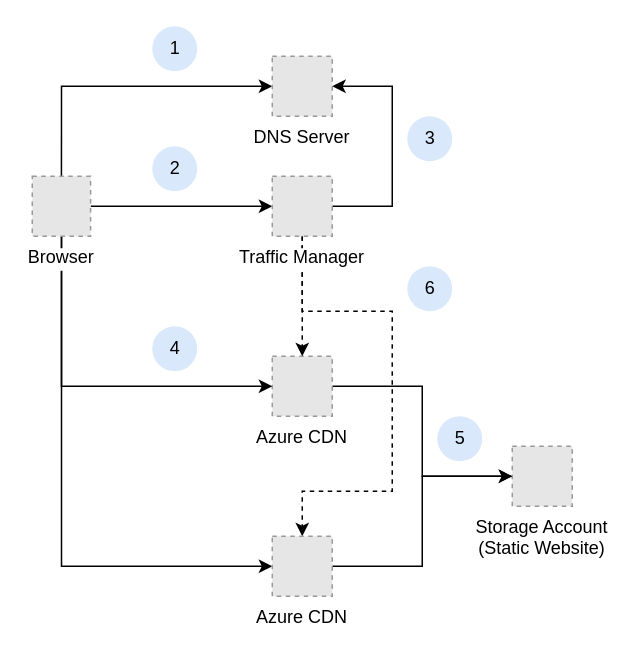
vaporfizz/website keeps this draw.io diagram as page "Alternative Solution" (2 of 2) of doc/infrastructure.drawio. Above is the earlier version. Source tidied: cells renumbered, new cells numbered last; positions are measured from the earlier drawing's top-left corner, leaving out a move shared by most shapes. Both pictures are drawn from the tidied source at 150%, with x=0, y=0 at pixel (32, 26). Pictures stored in the file or linked from it are replaced by grey dashed boxes.
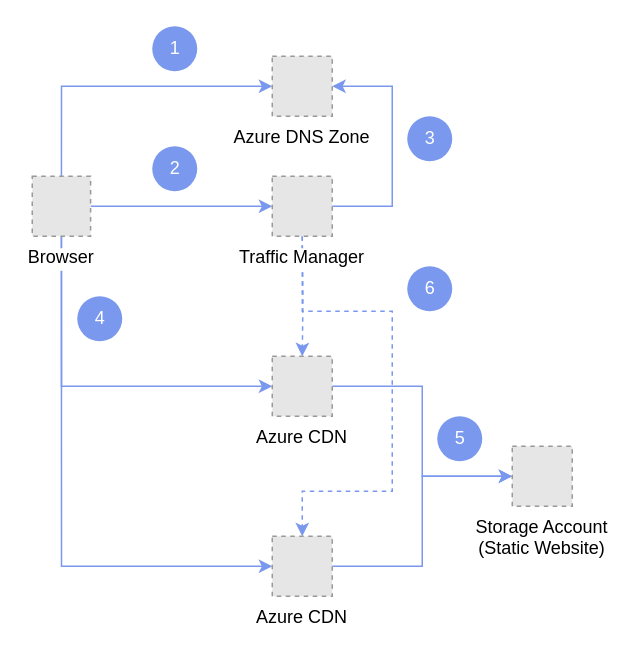
The same diagram, later.

The edit, as a diff of the source:
```diff
@@
-    <mxCell id="2" value="Storage Account&#10;(Static Website)" style="fillColor=#E6E6E6;strokeColor=#999999;dashed=1;verticalLabelPosition=bottom;labelBackgroundColor=default;verticalAlign=top;fontColor=#000000;" parent="1" vertex="1">
-      <mxGeometry x="320" y="280" width="40" height="40" as="geometry" />
-    </mxCell>
-    <mxCell id="3" style="edgeStyle=orthogonalEdgeStyle;rounded=0;jettySize=auto;html=1;entryX=0;entryY=0.5;entryDx=0;entryDy=0;strokeColor=#000000;fontColor=#000000;" parent="1" edge="1" source="4" target="2">
+    <mxCell id="3" style="edgeStyle=orthogonalEdgeStyle;rounded=0;jettySize=auto;html=1;entryX=0;entryY=0.5;entryDx=0;entryDy=0;strokeColor=#7998EE;fontColor=#000000;exitX=1;exitY=0.5;exitDx=0;exitDy=0;" parent="1" edge="1" source="24" target="2">
       <mxGeometry relative="1" as="geometry" />
     </mxCell>
-    <mxCell id="4" value="Azure CDN" style="fillColor=#E6E6E6;strokeColor=#999999;dashed=1;verticalLabelPosition=bottom;labelBackgroundColor=default;verticalAlign=top;fontColor=#000000;" parent="1" vertex="1">
-      <mxGeometry x="160" y="220" width="40" height="40" as="geometry" />
-    </mxCell>
-    <mxCell id="5" style="edgeStyle=orthogonalEdgeStyle;rounded=0;jettySize=auto;html=1;entryX=0;entryY=0.5;entryDx=0;entryDy=0;strokeColor=#000000;fontColor=#000000;exitX=0.5;exitY=0;exitDx=0;exitDy=0;" parent="1" edge="1" source="9" target="10">
+    <mxCell id="5" style="edgeStyle=orthogonalEdgeStyle;rounded=0;jettySize=auto;html=1;strokeColor=#7998EE;fontColor=#000000;exitX=0.5;exitY=0;exitDx=0;exitDy=0;entryX=0;entryY=0.5;entryDx=0;entryDy=0;" parent="1" edge="1" source="9" target="23">
       <mxGeometry relative="1" as="geometry" />
     </mxCell>
-    <mxCell id="6" style="edgeStyle=orthogonalEdgeStyle;rounded=0;jettySize=auto;html=1;entryX=0;entryY=0.5;entryDx=0;entryDy=0;strokeColor=#000000;fontColor=#000000;" parent="1" edge="1" source="9" target="14">
+    <mxCell id="6" style="edgeStyle=orthogonalEdgeStyle;rounded=0;jettySize=auto;html=1;entryX=0;entryY=0.5;entryDx=0;entryDy=0;strokeColor=#7998EE;fontColor=#000000;exitX=1;exitY=0.5;exitDx=0;exitDy=0;" parent="1" edge="1" source="9" target="14">
       <mxGeometry relative="1" as="geometry" />
     </mxCell>
-    <mxCell id="7" style="edgeStyle=orthogonalEdgeStyle;rounded=0;jettySize=auto;html=1;entryX=0;entryY=0.5;entryDx=0;entryDy=0;strokeColor=#000000;fontColor=#000000;" parent="1" edge="1" source="9" target="4">
+    <mxCell id="7" style="edgeStyle=orthogonalEdgeStyle;rounded=0;jettySize=auto;html=1;entryX=0;entryY=0.5;entryDx=0;entryDy=0;strokeColor=#7998EE;fontColor=#000000;exitX=0.5;exitY=1;exitDx=0;exitDy=0;" parent="1" edge="1" source="9" target="24">
       <mxGeometry relative="1" as="geometry">
         <Array as="points">
           <mxPoint x="19" y="240" />
         </Array>
       </mxGeometry>
     </mxCell>
-    <mxCell id="8" style="edgeStyle=orthogonalEdgeStyle;rounded=0;jettySize=auto;html=1;entryX=0;entryY=0.5;entryDx=0;entryDy=0;strokeColor=#000000;fontColor=#000000;" parent="1" edge="1" source="9" target="16">
+    <mxCell id="8" style="edgeStyle=orthogonalEdgeStyle;rounded=0;jettySize=auto;html=1;entryX=0;entryY=0.5;entryDx=0;entryDy=0;strokeColor=#7998EE;fontColor=#000000;exitX=0.5;exitY=1;exitDx=0;exitDy=0;" parent="1" edge="1" source="9" target="25">
       <mxGeometry relative="1" as="geometry">
         <Array as="points">
           <mxPoint x="19" y="360" />
         </Array>
       </mxGeometry>
     </mxCell>
-    <mxCell id="9" value="Browser" style="fillColor=#E6E6E6;strokeColor=#999999;dashed=1;verticalLabelPosition=bottom;labelBackgroundColor=default;verticalAlign=top;fontColor=#000000;" parent="1" vertex="1">
-      <mxGeometry y="100" width="38.9" height="40" as="geometry" />
-    </mxCell>
-    <mxCell id="10" value="DNS Server" style="fillColor=#E6E6E6;strokeColor=#999999;dashed=1;verticalLabelPosition=bottom;labelBackgroundColor=default;verticalAlign=top;fontColor=#000000;" parent="1" vertex="1">
-      <mxGeometry x="160" y="20" width="40" height="40" as="geometry" />
-    </mxCell>
-    <mxCell id="11" style="edgeStyle=orthogonalEdgeStyle;rounded=0;jettySize=auto;html=1;strokeColor=#000000;fontColor=#000000;exitX=0.5;exitY=1;exitDx=0;exitDy=0;dashed=1;" parent="1" edge="1" source="14" target="4">
+    <mxCell id="11" style="edgeStyle=orthogonalEdgeStyle;rounded=0;jettySize=auto;html=1;strokeColor=#7998EE;fontColor=#000000;exitX=0.5;exitY=1;exitDx=0;exitDy=0;dashed=1;entryX=0.5;entryY=0;entryDx=0;entryDy=0;" parent="1" edge="1" target="24">
       <mxGeometry relative="1" as="geometry">
-        <Array as="points">
-          <mxPoint x="180" y="190" />
-          <mxPoint x="180" y="190" />
-        </Array>
+        <mxPoint x="180" y="140" as="sourcePoint" />
       </mxGeometry>
     </mxCell>
-    <mxCell id="12" style="edgeStyle=orthogonalEdgeStyle;rounded=0;jettySize=auto;html=1;entryX=0.5;entryY=0;entryDx=0;entryDy=0;strokeColor=#000000;fontColor=#000000;dashed=1;exitX=0.5;exitY=1;exitDx=0;exitDy=0;" parent="1" edge="1" source="14" target="16">
+    <mxCell id="12" style="edgeStyle=orthogonalEdgeStyle;rounded=0;jettySize=auto;html=1;entryX=0.5;entryY=0;entryDx=0;entryDy=0;strokeColor=#7998EE;fontColor=#000000;dashed=1;exitX=0.5;exitY=1;exitDx=0;exitDy=0;" parent="1" edge="1" source="14" target="25">
       <mxGeometry relative="1" as="geometry">
         <Array as="points">
           <mxPoint x="180" y="190" />
           <mxPoint x="240" y="190" />
           <mxPoint x="240" y="310" />
           <mxPoint x="180" y="310" />
         </Array>
       </mxGeometry>
     </mxCell>
-    <mxCell id="13" style="edgeStyle=orthogonalEdgeStyle;rounded=0;jettySize=auto;html=1;entryX=1;entryY=0.5;entryDx=0;entryDy=0;strokeColor=#000000;fontColor=#000000;exitX=1;exitY=0.5;exitDx=0;exitDy=0;" parent="1" edge="1" source="14" target="10">
+    <mxCell id="13" style="edgeStyle=orthogonalEdgeStyle;rounded=0;jettySize=auto;html=1;entryX=1;entryY=0.5;entryDx=0;entryDy=0;strokeColor=#7998EE;fontColor=#000000;exitX=1;exitY=0.5;exitDx=0;exitDy=0;" parent="1" edge="1" source="14" target="23">
       <mxGeometry relative="1" as="geometry">
         <Array as="points">
           <mxPoint x="240" y="120" />
           <mxPoint x="240" y="40" />
         </Array>
       </mxGeometry>
     </mxCell>
-    <mxCell id="14" value="Traffic Manager" style="fillColor=#E6E6E6;strokeColor=#999999;dashed=1;verticalLabelPosition=bottom;labelBackgroundColor=default;verticalAlign=top;" parent="1" vertex="1">
-      <mxGeometry x="160" y="100" width="40" height="40" as="geometry" />
-    </mxCell>
-    <mxCell id="15" style="edgeStyle=orthogonalEdgeStyle;rounded=0;jettySize=auto;html=1;entryX=0;entryY=0.5;entryDx=0;entryDy=0;strokeColor=#000000;fontColor=#000000;" parent="1" edge="1" source="16" target="2">
+    <mxCell id="15" style="edgeStyle=orthogonalEdgeStyle;rounded=0;jettySize=auto;html=1;entryX=0;entryY=0.5;entryDx=0;entryDy=0;strokeColor=#7998EE;fontColor=#000000;exitX=1;exitY=0.5;exitDx=0;exitDy=0;" parent="1" edge="1" source="25" target="2">
       <mxGeometry relative="1" as="geometry" />
     </mxCell>
-    <mxCell id="16" value="Azure CDN" style="fillColor=#E6E6E6;strokeColor=#999999;dashed=1;verticalLabelPosition=bottom;labelBackgroundColor=default;verticalAlign=top;fontColor=#000000;" parent="1" vertex="1">
-      <mxGeometry x="160" y="340" width="40" height="40" as="geometry" />
-    </mxCell>
-    <mxCell id="17" value="1" style="text;html=1;align=center;verticalAlign=middle;strokeColor=none;fillColor=#dae8fc;rounded=1;fillStyle=solid;perimeterSpacing=0;perimeter=rectanglePerimeter;arcSize=50;imageWidth=24;absoluteArcSize=0;spacing=2;fontColor=#000000;" parent="1" vertex="1">
+    <mxCell id="17" value="1" style="text;html=1;align=center;verticalAlign=middle;strokeColor=none;fillColor=#7998EE;rounded=1;fillStyle=solid;perimeterSpacing=0;perimeter=rectanglePerimeter;arcSize=50;imageWidth=24;absoluteArcSize=0;spacing=2;fontColor=#FFFFFF;" parent="1" vertex="1">
       <mxGeometry x="80" width="30" height="30" as="geometry" />
     </mxCell>
-    <mxCell id="18" value="2" style="text;html=1;align=center;verticalAlign=middle;strokeColor=none;fillColor=#dae8fc;rounded=1;fillStyle=solid;perimeterSpacing=0;perimeter=rectanglePerimeter;arcSize=50;imageWidth=24;absoluteArcSize=0;spacing=2;fontColor=#000000;" parent="1" vertex="1">
+    <mxCell id="18" value="2" style="text;html=1;align=center;verticalAlign=middle;strokeColor=none;fillColor=#7998EE;rounded=1;fillStyle=solid;perimeterSpacing=0;perimeter=rectanglePerimeter;arcSize=50;imageWidth=24;absoluteArcSize=0;spacing=2;fontColor=#FFFFFF;" parent="1" vertex="1">
       <mxGeometry x="80" y="80" width="30" height="30" as="geometry" />
     </mxCell>
-    <mxCell id="19" value="3" style="text;html=1;align=center;verticalAlign=middle;strokeColor=none;fillColor=#dae8fc;rounded=1;fillStyle=solid;perimeterSpacing=0;perimeter=rectanglePerimeter;arcSize=50;imageWidth=24;absoluteArcSize=0;spacing=2;fontColor=#000000;" parent="1" vertex="1">
+    <mxCell id="19" value="3" style="text;html=1;align=center;verticalAlign=middle;strokeColor=none;fillColor=#7998EE;rounded=1;fillStyle=solid;perimeterSpacing=0;perimeter=rectanglePerimeter;arcSize=50;imageWidth=24;absoluteArcSize=0;spacing=2;fontColor=#FFFFFF;" parent="1" vertex="1">
       <mxGeometry x="250" y="60" width="30" height="30" as="geometry" />
     </mxCell>
-    <mxCell id="20" value="4" style="text;html=1;align=center;verticalAlign=middle;strokeColor=none;fillColor=#dae8fc;rounded=1;fillStyle=solid;perimeterSpacing=0;perimeter=rectanglePerimeter;arcSize=50;imageWidth=24;absoluteArcSize=0;spacing=2;fontColor=#000000;" parent="1" vertex="1">
-      <mxGeometry x="80" y="200" width="30" height="30" as="geometry" />
+    <mxCell id="20" value="4" style="text;html=1;align=center;verticalAlign=middle;strokeColor=none;fillColor=#7998EE;rounded=1;fillStyle=solid;perimeterSpacing=0;perimeter=rectanglePerimeter;arcSize=50;imageWidth=24;absoluteArcSize=0;spacing=2;fontColor=#FFFFFF;" parent="1" vertex="1">
+      <mxGeometry x="30" y="180" width="30" height="30" as="geometry" />
     </mxCell>
-    <mxCell id="21" value="5" style="text;html=1;align=center;verticalAlign=middle;strokeColor=none;fillColor=#dae8fc;rounded=1;fillStyle=solid;perimeterSpacing=0;perimeter=rectanglePerimeter;arcSize=50;imageWidth=24;absoluteArcSize=0;spacing=2;fontColor=#000000;" parent="1" vertex="1">
+    <mxCell id="21" value="5" style="text;html=1;align=center;verticalAlign=middle;strokeColor=none;fillColor=#7998EE;rounded=1;fillStyle=solid;perimeterSpacing=0;perimeter=rectanglePerimeter;arcSize=50;imageWidth=24;absoluteArcSize=0;spacing=2;fontColor=#FFFFFF;" parent="1" vertex="1">
       <mxGeometry x="270" y="260" width="30" height="30" as="geometry" />
     </mxCell>
-    <mxCell id="22" value="6" style="text;html=1;align=center;verticalAlign=middle;strokeColor=none;fillColor=#dae8fc;rounded=1;fillStyle=solid;perimeterSpacing=0;perimeter=rectanglePerimeter;arcSize=50;imageWidth=24;absoluteArcSize=0;spacing=2;fontColor=#000000;" parent="1" vertex="1">
+    <mxCell id="22" value="6" style="text;html=1;align=center;verticalAlign=middle;strokeColor=none;fillColor=#7998EE;rounded=1;fillStyle=solid;perimeterSpacing=0;perimeter=rectanglePerimeter;arcSize=50;imageWidth=24;absoluteArcSize=0;spacing=2;fontColor=#FFFFFF;" parent="1" vertex="1">
       <mxGeometry x="250" y="160" width="30" height="30" as="geometry" />
     </mxCell>
+    <mxCell id="9" value="Browser" style="fillColor=#E6E6E6;strokeColor=#999999;dashed=1;verticalLabelPosition=bottom;labelBackgroundColor=default;verticalAlign=top;" parent="1" vertex="1">
+      <mxGeometry y="100" width="38.9" height="40" as="geometry" />
+    </mxCell>
+    <mxCell id="23" value="Azure DNS Zone" style="fillColor=#E6E6E6;strokeColor=#999999;dashed=1;verticalLabelPosition=bottom;labelBackgroundColor=default;verticalAlign=top;" parent="1" vertex="1">
+      <mxGeometry x="160" y="20" width="40" height="40" as="geometry" />
+    </mxCell>
+    <mxCell id="24" value="Azure CDN" style="fillColor=#E6E6E6;strokeColor=#999999;dashed=1;verticalLabelPosition=bottom;labelBackgroundColor=default;verticalAlign=top;" parent="1" vertex="1">
+      <mxGeometry x="160" y="220" width="40" height="40" as="geometry" />
+    </mxCell>
+    <mxCell id="25" value="Azure CDN" style="fillColor=#E6E6E6;strokeColor=#999999;dashed=1;verticalLabelPosition=bottom;labelBackgroundColor=default;verticalAlign=top;" parent="1" vertex="1">
+      <mxGeometry x="160" y="340" width="40" height="40" as="geometry" />
+    </mxCell>
+    <mxCell id="2" value="Storage Account&#10;(Static Website)" style="fillColor=#E6E6E6;strokeColor=#999999;dashed=1;verticalLabelPosition=bottom;labelBackgroundColor=default;verticalAlign=top;" parent="1" vertex="1">
+      <mxGeometry x="320" y="280" width="40" height="40" as="geometry" />
+    </mxCell>
+    <mxCell id="14" value="Traffic Manager" style="fillColor=#E6E6E6;strokeColor=#999999;dashed=1;verticalLabelPosition=bottom;labelBackgroundColor=default;verticalAlign=top;" parent="1" vertex="1">
+      <mxGeometry x="160" y="100" width="40" height="40" as="geometry" />
+    </mxCell>
```
